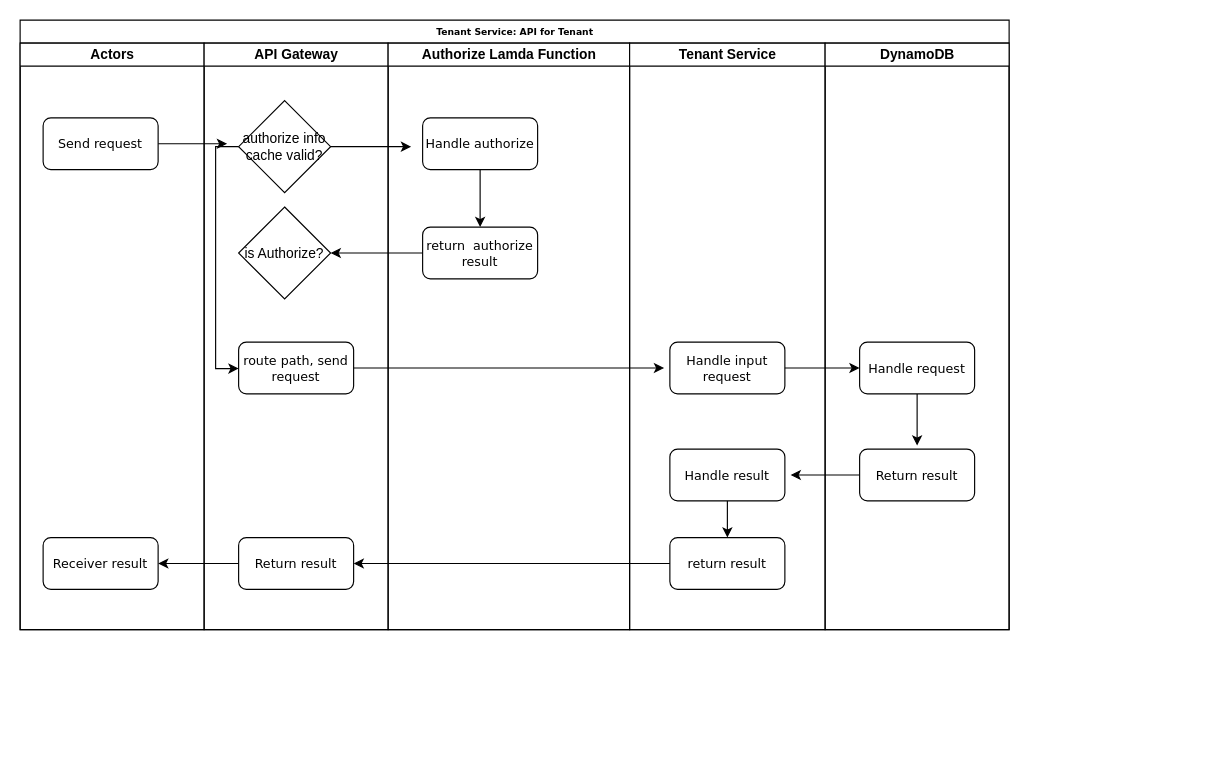
Above: DispatchTenant2.drawio in dieunguyen2003/deploycode (draw.io), before the change. Source tidied: cells renumbered, new cells numbered last; positions are measured from the earlier drawing's top-left corner, leaving out a move shared by most shapes. Both pictures are drawn from the tidied source at 115%, with x=0, y=0 at pixel (20, 20).
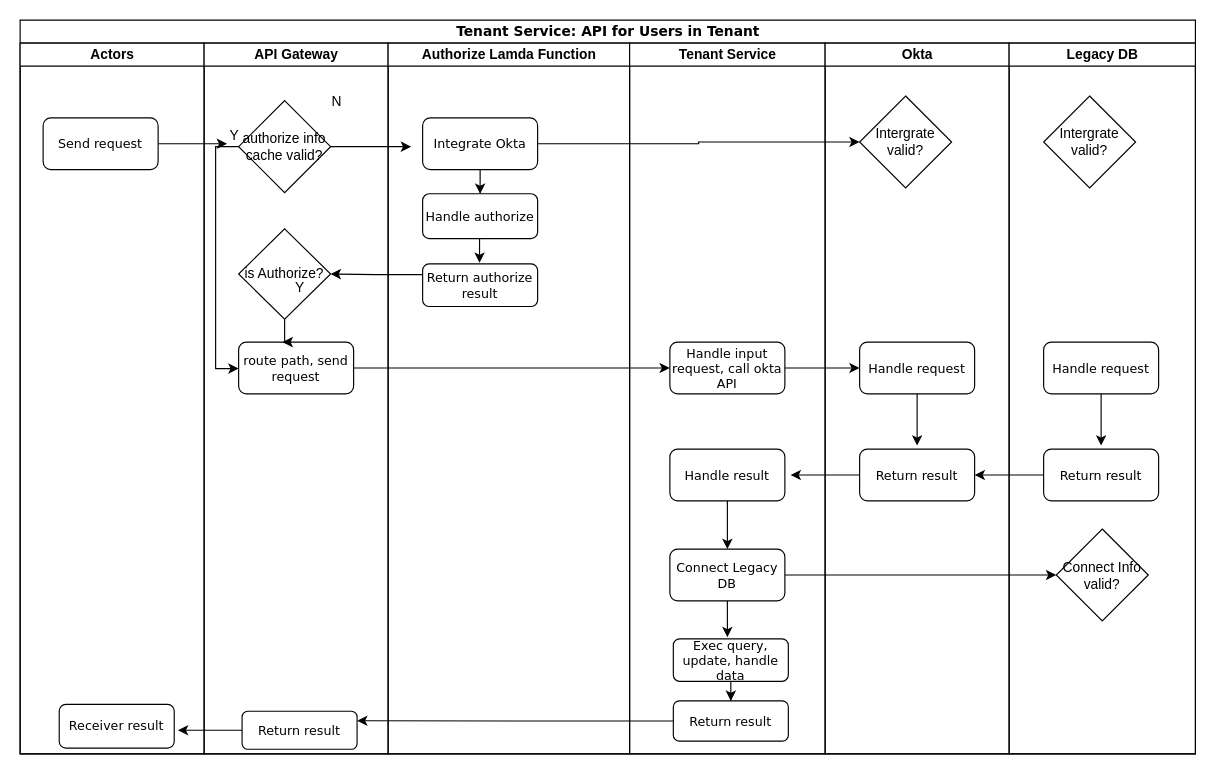
After the change.

Unchanged cells that the change refers to:
```xml
<mxCell id="12" value="&lt;font style=&quot;font-size: 11px;&quot;&gt;route path, send request&lt;/font&gt;" style="rounded=1;whiteSpace=wrap;html=1;shadow=0;labelBackgroundColor=none;strokeWidth=1;fontFamily=Verdana;fontSize=8;align=center;" parent="7" vertex="1">
  <mxGeometry x="30" y="260" width="100" height="45" as="geometry" />
</mxCell>
```

Change to the diagram source:
```diff
@@
-    <mxCell id="2" value="Tenant Service: API for Tenant" style="swimlane;html=1;startSize=20;rounded=0;shadow=0;labelBackgroundColor=none;strokeWidth=1;fontFamily=Verdana;fontSize=8;align=center;" parent="1" vertex="1">
-      <mxGeometry width="860" height="530" as="geometry" />
+    <mxCell id="2" value="&lt;font style=&quot;font-size: 12px;&quot;&gt;Tenant Service: API for Users in Tenant&lt;/font&gt;" style="swimlane;html=1;startSize=20;rounded=0;shadow=0;labelBackgroundColor=none;strokeWidth=1;fontFamily=Verdana;fontSize=8;align=center;" parent="1" vertex="1">
+      <mxGeometry width="1022" height="638" as="geometry" />
     </mxCell>
     <mxCell id="3" value="Actors" style="swimlane;html=1;startSize=20;" parent="2" vertex="1">
-      <mxGeometry y="20" width="160" height="510" as="geometry" />
+      <mxGeometry y="20" width="160" height="618" as="geometry" />
     </mxCell>
@@
     <mxCell id="6" value="&lt;font style=&quot;font-size: 11px;&quot;&gt;Receiver result&lt;/font&gt;" style="rounded=1;whiteSpace=wrap;html=1;shadow=0;labelBackgroundColor=none;strokeWidth=1;fontFamily=Verdana;fontSize=8;align=center;" parent="3" vertex="1">
-      <mxGeometry x="20" y="430" width="100" height="45" as="geometry" />
+      <mxGeometry x="34" y="575" width="100" height="38" as="geometry" />
     </mxCell>
     <mxCell id="7" value="API Gateway" style="swimlane;html=1;startSize=20;" parent="2" vertex="1">
-      <mxGeometry x="160" y="20" width="160" height="510" as="geometry" />
+      <mxGeometry x="160" y="20" width="160" height="618" as="geometry" />
     </mxCell>
@@
-    <mxCell id="11" style="edgeStyle=orthogonalEdgeStyle;rounded=0;jettySize=auto;html=1;" parent="7" edge="1" source="12">
-      <mxGeometry relative="1" as="geometry">
-        <mxPoint x="400" y="282.5" as="targetPoint" />
-      </mxGeometry>
-    </mxCell>
@@
     <mxCell id="13" value="is Authorize?" style="rhombus;whiteSpace=wrap;html=1;" parent="7" vertex="1">
-      <mxGeometry x="30" y="142.5" width="80" height="80" as="geometry" />
+      <mxGeometry x="30" y="161.5" width="80" height="78.5" as="geometry" />
     </mxCell>
+    <mxCell id="33" style="edgeStyle=orthogonalEdgeStyle;rounded=0;jettySize=auto;html=1;" parent="7" edge="1" source="14">
+      <mxGeometry relative="1" as="geometry">
+        <mxPoint x="-22.8" y="597.5" as="targetPoint" />
+      </mxGeometry>
+    </mxCell>
     <mxCell id="14" value="&lt;font style=&quot;font-size: 11px;&quot;&gt;Return result&lt;/font&gt;" style="rounded=1;whiteSpace=wrap;html=1;shadow=0;labelBackgroundColor=none;strokeWidth=1;fontFamily=Verdana;fontSize=8;align=center;" parent="7" vertex="1">
-      <mxGeometry x="30" y="430" width="100" height="45" as="geometry" />
+      <mxGeometry x="33" y="581" width="100" height="33" as="geometry" />
     </mxCell>
+    <mxCell id="34" style="edgeStyle=orthogonalEdgeStyle;rounded=0;jettySize=auto;html=1;entryX=0.382;entryY=0.013;entryDx=0;entryDy=0;entryPerimeter=0;" parent="7" edge="1" source="13" target="12">
+      <mxGeometry relative="1" as="geometry" />
+    </mxCell>
     <mxCell id="15" value="Authorize Lamda Function" style="swimlane;html=1;startSize=20;" parent="2" vertex="1">
-      <mxGeometry x="320" y="20" width="210" height="510" as="geometry" />
+      <mxGeometry x="320" y="20" width="210" height="618" as="geometry" />
     </mxCell>
@@
-    <mxCell id="17" value="&lt;span style=&quot;font-size: 11px;&quot;&gt;Handle authorize&lt;/span&gt;" style="rounded=1;whiteSpace=wrap;html=1;shadow=0;labelBackgroundColor=none;strokeWidth=1;fontFamily=Verdana;fontSize=8;align=center;" parent="15" vertex="1">
+    <mxCell id="17" value="&lt;span style=&quot;font-size: 11px;&quot;&gt;Integrate Okta&lt;/span&gt;" style="rounded=1;whiteSpace=wrap;html=1;shadow=0;labelBackgroundColor=none;strokeWidth=1;fontFamily=Verdana;fontSize=8;align=center;" parent="15" vertex="1">
       <mxGeometry x="30" y="65" width="100" height="45" as="geometry" />
     </mxCell>
-    <mxCell id="18" value="&lt;span style=&quot;font-size: 11px;&quot;&gt;return&amp;nbsp; authorize result&lt;/span&gt;" style="rounded=1;whiteSpace=wrap;html=1;shadow=0;labelBackgroundColor=none;strokeWidth=1;fontFamily=Verdana;fontSize=8;align=center;" parent="15" vertex="1">
-      <mxGeometry x="30" y="160" width="100" height="45" as="geometry" />
+    <mxCell id="18" value="&lt;span style=&quot;font-size: 11px;&quot;&gt;Handle authorize&lt;/span&gt;" style="rounded=1;whiteSpace=wrap;html=1;shadow=0;labelBackgroundColor=none;strokeWidth=1;fontFamily=Verdana;fontSize=8;align=center;" parent="15" vertex="1">
+      <mxGeometry x="30" y="131" width="100" height="39" as="geometry" />
     </mxCell>
+    <mxCell id="35" value="&lt;span style=&quot;font-size: 11px;&quot;&gt;Return authorize result&lt;/span&gt;" style="rounded=1;whiteSpace=wrap;html=1;shadow=0;labelBackgroundColor=none;strokeWidth=1;fontFamily=Verdana;fontSize=8;align=center;" parent="15" vertex="1">
+      <mxGeometry x="30" y="192" width="100" height="37" as="geometry" />
+    </mxCell>
+    <mxCell id="36" style="edgeStyle=orthogonalEdgeStyle;rounded=0;orthogonalLoop=1;jettySize=auto;html=1;entryX=0.5;entryY=0;entryDx=0;entryDy=0;" parent="15" edge="1">
+      <mxGeometry relative="1" as="geometry">
+        <mxPoint x="79.5" y="170" as="sourcePoint" />
+        <mxPoint x="79.5" y="191" as="targetPoint" />
+      </mxGeometry>
+    </mxCell>
     <mxCell id="19" value="Tenant Service" style="swimlane;html=1;startSize=20;" parent="2" vertex="1">
-      <mxGeometry x="530" y="20" width="170" height="510" as="geometry" />
+      <mxGeometry x="530" y="20" width="170" height="618" as="geometry" />
     </mxCell>
-    <mxCell id="20" value="&lt;font style=&quot;font-size: 11px;&quot;&gt;Handle input request&lt;/font&gt;" style="rounded=1;whiteSpace=wrap;html=1;shadow=0;labelBackgroundColor=none;strokeWidth=1;fontFamily=Verdana;fontSize=8;align=center;" parent="19" vertex="1">
+    <mxCell id="20" value="&lt;font style=&quot;font-size: 11px;&quot;&gt;Handle input request, call okta API&lt;/font&gt;" style="rounded=1;whiteSpace=wrap;html=1;shadow=0;labelBackgroundColor=none;strokeWidth=1;fontFamily=Verdana;fontSize=8;align=center;" parent="19" vertex="1">
       <mxGeometry x="35" y="260" width="100" height="45" as="geometry" />
     </mxCell>
@@
+    <mxCell id="37" style="edgeStyle=orthogonalEdgeStyle;rounded=0;jettySize=auto;html=1;" parent="19" edge="1" source="23">
+      <mxGeometry relative="1" as="geometry">
+        <mxPoint x="85" y="516.6" as="targetPoint" />
+      </mxGeometry>
+    </mxCell>
-    <mxCell id="23" value="&lt;font style=&quot;font-size: 11px;&quot;&gt;return result&lt;/font&gt;" style="rounded=1;whiteSpace=wrap;html=1;shadow=0;labelBackgroundColor=none;strokeWidth=1;fontFamily=Verdana;fontSize=8;align=center;" parent="19" vertex="1">
-      <mxGeometry x="35" y="430" width="100" height="45" as="geometry" />
+    <mxCell id="23" value="&lt;span style=&quot;font-size: 11px;&quot;&gt;Connect Legacy DB&lt;/span&gt;" style="rounded=1;whiteSpace=wrap;html=1;shadow=0;labelBackgroundColor=none;strokeWidth=1;fontFamily=Verdana;fontSize=8;align=center;" parent="19" vertex="1">
+      <mxGeometry x="35" y="440" width="100" height="45" as="geometry" />
     </mxCell>
+    <mxCell id="38" style="edgeStyle=orthogonalEdgeStyle;rounded=0;jettySize=auto;html=1;entryX=0.5;entryY=0;entryDx=0;entryDy=0;" parent="19" edge="1" source="39" target="40">
+      <mxGeometry relative="1" as="geometry" />
+    </mxCell>
+    <mxCell id="39" value="&lt;span style=&quot;font-size: 11px;&quot;&gt;Exec query, update, handle data&lt;/span&gt;" style="rounded=1;whiteSpace=wrap;html=1;shadow=0;labelBackgroundColor=none;strokeWidth=1;fontFamily=Verdana;fontSize=8;align=center;" parent="19" vertex="1">
+      <mxGeometry x="38" y="518" width="100" height="37" as="geometry" />
+    </mxCell>
+    <mxCell id="40" value="&lt;span style=&quot;font-size: 11px;&quot;&gt;Return result&lt;/span&gt;" style="rounded=1;whiteSpace=wrap;html=1;shadow=0;labelBackgroundColor=none;strokeWidth=1;fontFamily=Verdana;fontSize=8;align=center;" parent="19" vertex="1">
+      <mxGeometry x="38" y="572" width="100" height="35" as="geometry" />
+    </mxCell>
-    <mxCell id="24" value="DynamoDB" style="swimlane;html=1;startSize=20;" parent="2" vertex="1">
-      <mxGeometry x="700" y="20" width="160" height="510" as="geometry" />
+    <mxCell id="24" value="Okta" style="swimlane;html=1;startSize=20;" parent="2" vertex="1">
+      <mxGeometry x="700" y="20" width="160" height="618" as="geometry" />
     </mxCell>
@@
+    <mxCell id="41" value="Intergrate valid?" style="rhombus;whiteSpace=wrap;html=1;" parent="24" vertex="1">
+      <mxGeometry x="30" y="46" width="80" height="80" as="geometry" />
+    </mxCell>
-    <mxCell id="29" style="edgeStyle=orthogonalEdgeStyle;rounded=0;jettySize=auto;html=1;entryX=1;entryY=0.5;entryDx=0;entryDy=0;" parent="2" edge="1" source="18" target="13">
+    <mxCell id="29" style="edgeStyle=orthogonalEdgeStyle;rounded=0;jettySize=auto;html=1;entryX=1;entryY=0.5;entryDx=0;entryDy=0;exitX=0;exitY=0.25;exitDx=0;exitDy=0;" parent="2" edge="1" source="35" target="13">
       <mxGeometry relative="1" as="geometry" />
     </mxCell>
@@
-    <mxCell id="31" style="edgeStyle=orthogonalEdgeStyle;rounded=0;jettySize=auto;html=1;entryX=1;entryY=0.5;entryDx=0;entryDy=0;" parent="2" edge="1" source="23" target="14">
-      <mxGeometry relative="1" as="geometry" />
-    </mxCell>
-    <mxCell id="32" style="edgeStyle=orthogonalEdgeStyle;rounded=0;jettySize=auto;html=1;entryX=1;entryY=0.5;entryDx=0;entryDy=0;" parent="2" edge="1" source="14" target="6">
-      <mxGeometry relative="1" as="geometry" />
-    </mxCell>
+    <mxCell id="11" style="edgeStyle=orthogonalEdgeStyle;rounded=0;jettySize=auto;html=1;entryX=0;entryY=0.5;entryDx=0;entryDy=0;" parent="2" edge="1" source="12" target="20">
+      <mxGeometry relative="1" as="geometry" />
+    </mxCell>
+    <mxCell id="42" style="edgeStyle=orthogonalEdgeStyle;rounded=0;jettySize=auto;html=1;entryX=0;entryY=0.5;entryDx=0;entryDy=0;" parent="2" edge="1" source="17" target="41">
+      <mxGeometry relative="1" as="geometry">
+        <Array as="points">
+          <mxPoint x="590" y="108" />
+          <mxPoint x="590" y="106" />
+        </Array>
+      </mxGeometry>
+    </mxCell>
+    <mxCell id="43" value="Legacy DB" style="swimlane;html=1;startSize=20;" parent="2" vertex="1">
+      <mxGeometry x="860" y="20" width="162" height="618" as="geometry" />
+    </mxCell>
+    <mxCell id="44" style="edgeStyle=orthogonalEdgeStyle;rounded=0;jettySize=auto;html=1;" parent="43" edge="1" source="45">
+      <mxGeometry relative="1" as="geometry">
+        <mxPoint x="80" y="350" as="targetPoint" />
+      </mxGeometry>
+    </mxCell>
+    <mxCell id="45" value="&lt;font style=&quot;font-size: 11px;&quot;&gt;Handle request&lt;/font&gt;" style="rounded=1;whiteSpace=wrap;html=1;shadow=0;labelBackgroundColor=none;strokeWidth=1;fontFamily=Verdana;fontSize=8;align=center;" parent="43" vertex="1">
+      <mxGeometry x="30" y="260" width="100" height="45" as="geometry" />
+    </mxCell>
+    <mxCell id="46" style="edgeStyle=orthogonalEdgeStyle;rounded=0;jettySize=auto;html=1;" parent="43" edge="1" source="47">
+      <mxGeometry relative="1" as="geometry">
+        <mxPoint x="-30" y="375.5" as="targetPoint" />
+      </mxGeometry>
+    </mxCell>
+    <mxCell id="47" value="&lt;font style=&quot;font-size: 11px;&quot;&gt;Return result&lt;/font&gt;" style="rounded=1;whiteSpace=wrap;html=1;shadow=0;labelBackgroundColor=none;strokeWidth=1;fontFamily=Verdana;fontSize=8;align=center;" parent="43" vertex="1">
+      <mxGeometry x="30" y="353" width="100" height="45" as="geometry" />
+    </mxCell>
+    <mxCell id="48" value="Intergrate valid?" style="rhombus;whiteSpace=wrap;html=1;" parent="43" vertex="1">
+      <mxGeometry x="30" y="46" width="80" height="80" as="geometry" />
+    </mxCell>
+    <mxCell id="49" value="Connect Info valid?" style="rhombus;whiteSpace=wrap;html=1;" parent="43" vertex="1">
+      <mxGeometry x="41" y="422.5" width="80" height="80" as="geometry" />
+    </mxCell>
+    <mxCell id="50" style="edgeStyle=orthogonalEdgeStyle;rounded=0;jettySize=auto;html=1;entryX=0;entryY=0.5;entryDx=0;entryDy=0;" parent="2" edge="1" source="23" target="49">
+      <mxGeometry relative="1" as="geometry" />
+    </mxCell>
+    <mxCell id="51" style="edgeStyle=orthogonalEdgeStyle;rounded=0;jettySize=auto;html=1;entryX=1;entryY=0.25;entryDx=0;entryDy=0;" parent="2" edge="1" source="40" target="14">
+      <mxGeometry relative="1" as="geometry" />
+    </mxCell>
+    <mxCell id="52" value="Y" style="text;html=1;align=center;verticalAlign=middle;strokeColor=none;fillColor=none;" parent="1" vertex="1">
+      <mxGeometry x="230" y="220" width="26" height="26" as="geometry" />
+    </mxCell>
+    <mxCell id="53" value="N" style="text;html=1;align=center;verticalAlign=middle;strokeColor=none;fillColor=none;" parent="1" vertex="1">
+      <mxGeometry x="261" y="58" width="27" height="26" as="geometry" />
+    </mxCell>
+    <mxCell id="54" value="Y" style="text;html=1;align=center;verticalAlign=middle;strokeColor=none;fillColor=none;" parent="1" vertex="1">
+      <mxGeometry x="173" y="88" width="26" height="26" as="geometry" />
+    </mxCell>
```
